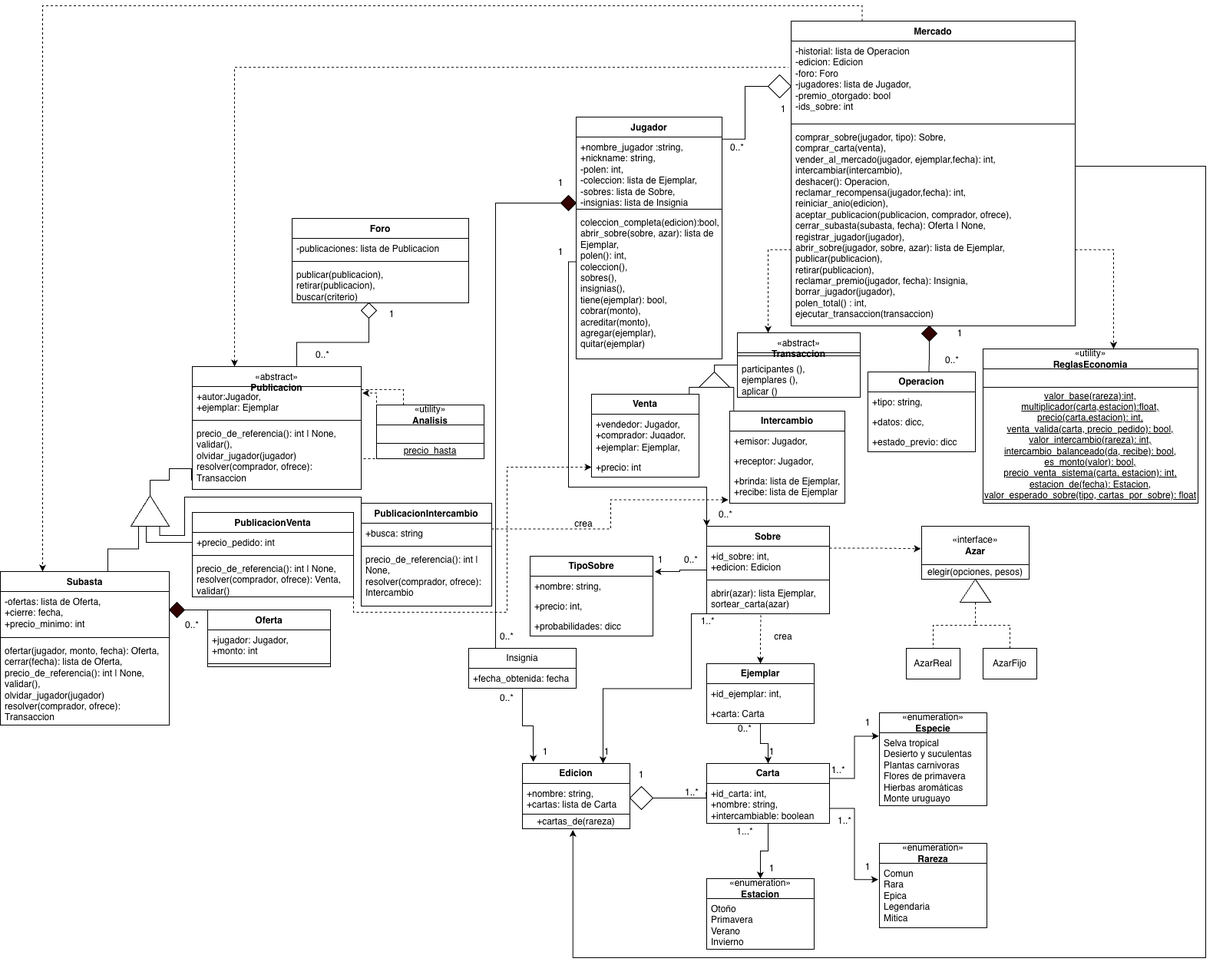
Earlier version of the draw.io export UML.png (CherrySym/pct-proyecto-final). Source tidied: cells renumbered, new cells last; positions are measured from the earlier drawing's top-left corner, leaving out a move shared by most shapes.
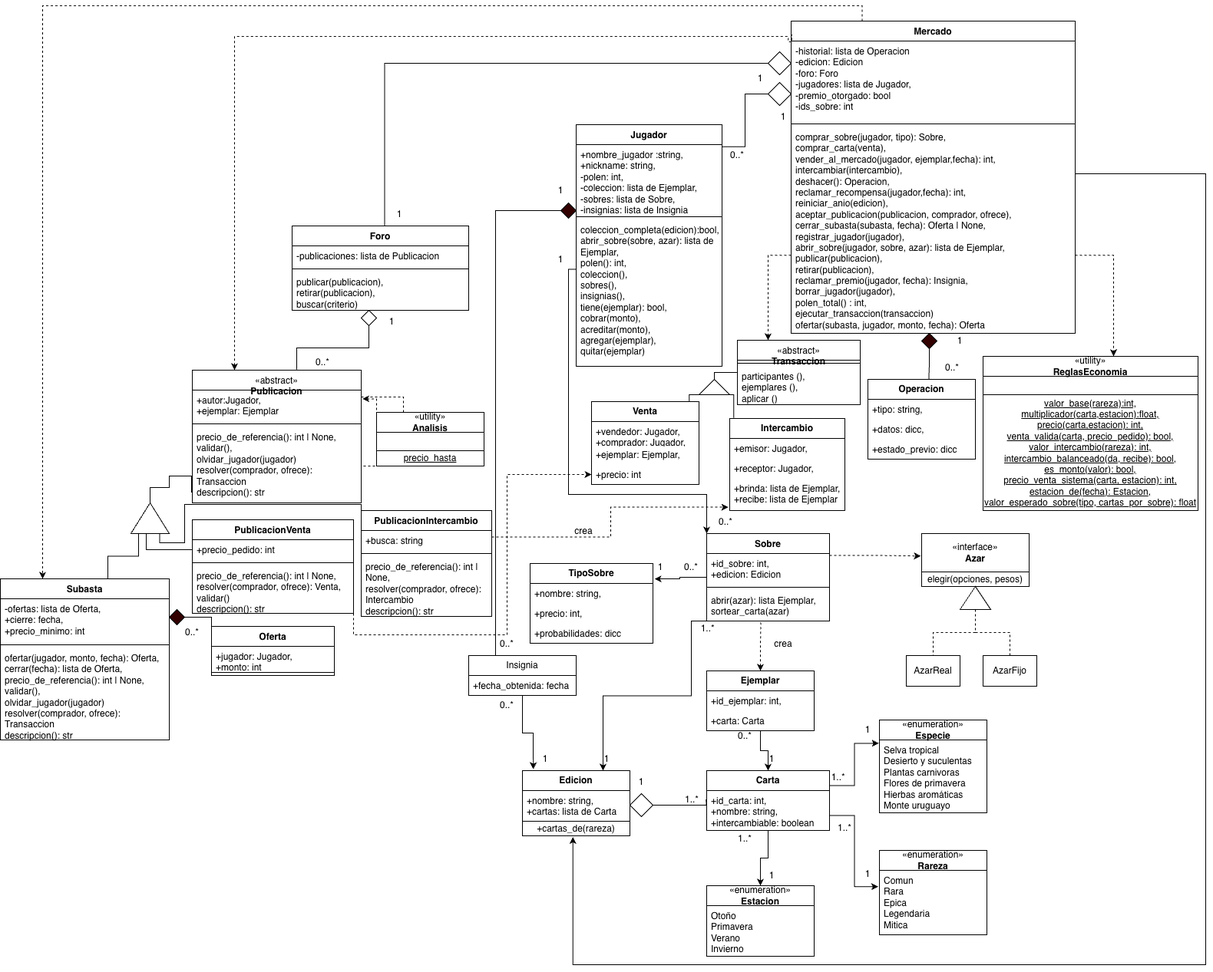
The same diagram one commit later.

What changed in the source:
```diff
@@ -32,3 +32,3 @@
     <mxCell id="9" value="Mercado" style="swimlane;fontStyle=1;align=center;verticalAlign=top;horizontal=1;startSize=26;whiteSpace=wrap;html=1;" parent="1" vertex="1">
-      <mxGeometry x="1030" width="370" height="397" as="geometry" />
+      <mxGeometry x="1030" y="-10" width="370" height="407" as="geometry" />
     </mxCell>
@@ -40,4 +40,4 @@
     </mxCell>
-    <mxCell id="12" value="comprar_sobre(jugador, tipo): Sobre,&lt;div&gt;comprar_carta(venta),&lt;/div&gt;&lt;div&gt;vender_al_mercado(jugador, ejemplar,fecha): int,&lt;/div&gt;&lt;div&gt;intercambiar(intercambio),&lt;/div&gt;&lt;div&gt;deshacer(): Operacion,&lt;/div&gt;&lt;div&gt;reclamar_recompensa(jugador,fecha): int,&lt;/div&gt;&lt;div&gt;reiniciar_anio(edicion),&lt;/div&gt;&lt;div&gt;aceptar_publicacion(publicacion, comprador, ofrece),&lt;/div&gt;&lt;div&gt;cerrar_subasta(subasta, fecha): Oferta | None,&lt;/div&gt;&lt;div&gt;&lt;span style=&quot;background-color: transparent; color: light-dark(#000000, var(--ge-light-color, #ffffff));&quot;&gt;registrar_jugador(jugador),&lt;/span&gt;&lt;/div&gt;&lt;div&gt;abrir_sobre(jugador, sobre, azar): lista de Ejemplar,&lt;/div&gt;&lt;div&gt;publicar(publicacion),&lt;/div&gt;&lt;div&gt;retirar(publicacion),&lt;/div&gt;&lt;div&gt;reclamar_premio(jugador, fecha): Insignia,&lt;/div&gt;&lt;div&gt;borrar_jugador(jugador),&lt;/div&gt;&lt;div&gt;polen_total() : int,&lt;/div&gt;&lt;div&gt;ejecutar_transaccion(transaccion)&lt;/div&gt;" style="text;strokeColor=none;fillColor=none;align=left;verticalAlign=top;spacingLeft=4;spacingRight=4;overflow=hidden;whiteSpace=wrap;html=1;" parent="9" vertex="1">
-      <mxGeometry y="138" width="370" height="259" as="geometry" />
+    <mxCell id="12" value="comprar_sobre(jugador, tipo): Sobre,&lt;div&gt;comprar_carta(venta),&lt;/div&gt;&lt;div&gt;vender_al_mercado(jugador, ejemplar,fecha): int,&lt;/div&gt;&lt;div&gt;intercambiar(intercambio),&lt;/div&gt;&lt;div&gt;deshacer(): Operacion,&lt;/div&gt;&lt;div&gt;reclamar_recompensa(jugador,fecha): int,&lt;/div&gt;&lt;div&gt;reiniciar_anio(edicion),&lt;/div&gt;&lt;div&gt;aceptar_publicacion(publicacion, comprador, ofrece),&lt;/div&gt;&lt;div&gt;cerrar_subasta(subasta, fecha): Oferta | None,&lt;/div&gt;&lt;div&gt;&lt;span style=&quot;background-color: transparent; color: light-dark(#000000, var(--ge-light-color, #ffffff));&quot;&gt;registrar_jugador(jugador),&lt;/span&gt;&lt;/div&gt;&lt;div&gt;abrir_sobre(jugador, sobre, azar): lista de Ejemplar,&lt;/div&gt;&lt;div&gt;publicar(publicacion),&lt;/div&gt;&lt;div&gt;retirar(publicacion),&lt;/div&gt;&lt;div&gt;reclamar_premio(jugador, fecha): Insignia,&lt;/div&gt;&lt;div&gt;borrar_jugador(jugador),&lt;/div&gt;&lt;div&gt;polen_total() : int,&lt;/div&gt;&lt;div&gt;ejecutar_transaccion(transaccion)&lt;/div&gt;&lt;div&gt;ofertar(subasta, jugador, monto, fecha): Oferta&lt;/div&gt;" style="text;strokeColor=none;fillColor=none;align=left;verticalAlign=top;spacingLeft=4;spacingRight=4;overflow=hidden;whiteSpace=wrap;html=1;" parent="9" vertex="1">
+      <mxGeometry y="138" width="370" height="269" as="geometry" />
     </mxCell>
@@ -249,3 +249,3 @@
     </mxCell>
-    <mxCell id="75" value="1...*" style="text;html=1;whiteSpace=wrap;strokeColor=none;fillColor=none;align=center;verticalAlign=middle;rounded=0;" parent="1" vertex="1">
+    <mxCell id="75" value="1..*" style="text;html=1;whiteSpace=wrap;strokeColor=none;fillColor=none;align=center;verticalAlign=middle;rounded=0;" parent="1" vertex="1">
       <mxGeometry x="940" y="1041" width="60" height="30" as="geometry" />
@@ -347,3 +347,3 @@
     <mxCell id="99" value="Subasta" style="swimlane;fontStyle=1;align=center;verticalAlign=top;horizontal=1;startSize=26;whiteSpace=wrap;html=1;" parent="1" vertex="1">
-      <mxGeometry y="717" width="220" height="200" as="geometry" />
+      <mxGeometry y="717" width="220" height="210" as="geometry" />
     </mxCell>
@@ -355,16 +355,9 @@
     </mxCell>
-    <mxCell id="102" value="ofertar(jugador, monto, fecha): Oferta,&lt;br&gt;&lt;div&gt;cerrar(fecha): lista de Oferta,&lt;/div&gt;&lt;div&gt;precio_de_referencia(): int | Non&lt;span style=&quot;background-color: transparent; color: light-dark(#000000, var(--ge-light-color, #ffffff));&quot;&gt;e,&lt;/span&gt;&lt;/div&gt;&lt;div&gt;&lt;span style=&quot;background-color: transparent; color: light-dark(#000000, var(--ge-light-color, #ffffff));&quot;&gt;validar(),&lt;/span&gt;&lt;/div&gt;&lt;div&gt;olvidar_jugador(jugador)&lt;span style=&quot;background-color: transparent; color: light-dark(#000000, var(--ge-light-color, #ffffff));&quot;&gt;&lt;/span&gt;&lt;/div&gt;&lt;div&gt;resolver(comprador, ofrece): Transaccion&lt;/div&gt;" style="text;strokeColor=none;fillColor=none;align=left;verticalAlign=top;spacingLeft=4;spacingRight=4;overflow=hidden;whiteSpace=wrap;html=1;" parent="99" vertex="1">
-      <mxGeometry y="90" width="220" height="110" as="geometry" />
+    <mxCell id="102" value="ofertar(jugador, monto, fecha): Oferta,&lt;br&gt;&lt;div&gt;cerrar(fecha): lista de Oferta,&lt;/div&gt;&lt;div&gt;precio_de_referencia(): int | Non&lt;span style=&quot;background-color: transparent; color: light-dark(#000000, var(--ge-light-color, #ffffff));&quot;&gt;e,&lt;/span&gt;&lt;/div&gt;&lt;div&gt;&lt;span style=&quot;background-color: transparent; color: light-dark(#000000, var(--ge-light-color, #ffffff));&quot;&gt;validar(),&lt;/span&gt;&lt;/div&gt;&lt;div&gt;olvidar_jugador(jugador)&lt;span style=&quot;background-color: transparent; color: light-dark(#000000, var(--ge-light-color, #ffffff));&quot;&gt;&lt;/span&gt;&lt;/div&gt;&lt;div&gt;resolver(comprador, ofrece): Transaccion&lt;/div&gt;&lt;div&gt;descripcion(): str&lt;/div&gt;" style="text;strokeColor=none;fillColor=none;align=left;verticalAlign=top;spacingLeft=4;spacingRight=4;overflow=hidden;whiteSpace=wrap;html=1;" parent="99" vertex="1">
+      <mxGeometry y="90" width="220" height="120" as="geometry" />
     </mxCell>
-    <mxCell id="103" value="Oferta" style="swimlane;fontStyle=1;align=center;verticalAlign=top;horizontal=1;startSize=26;whiteSpace=wrap;html=1;" parent="1" vertex="1">
-      <mxGeometry x="270" y="767" width="160" height="74" as="geometry" />
-    </mxCell>
-    <mxCell id="104" value="+jugador: Jugador,&lt;div&gt;+monto: int&lt;/div&gt;" style="text;strokeColor=none;fillColor=none;align=left;verticalAlign=top;spacingLeft=4;spacingRight=4;overflow=hidden;whiteSpace=wrap;html=1;" parent="103" vertex="1">
-      <mxGeometry y="26" width="160" height="40" as="geometry" />
-    </mxCell>
-    <mxCell id="105" style="line;strokeWidth=1;fillColor=none;align=left;verticalAlign=middle;spacingTop=-1;spacingLeft=3;spacingRight=3;labelPosition=right;strokeColor=inherit;labelPerimeter=1;" parent="103" vertex="1">
-      <mxGeometry y="66" width="160" height="8" as="geometry" />
-    </mxCell>
-    <mxCell id="106" style="edgeStyle=orthogonalEdgeStyle;rounded=0;jettySize=auto;html=1;exitX=1;exitY=0.5;exitDx=0;exitDy=0;entryX=0;entryY=0;entryDx=0;entryDy=0;defaultLabelBackgroundColor=page;endArrow=none;endFill=0;" parent="1" edge="1" source="107" target="103">
-      <mxGeometry relative="1" as="geometry" />
+    <mxCell id="106" style="edgeStyle=orthogonalEdgeStyle;rounded=0;jettySize=auto;html=1;exitX=1;exitY=0.5;exitDx=0;exitDy=0;entryX=0;entryY=0;entryDx=0;entryDy=0;defaultLabelBackgroundColor=page;endArrow=none;endFill=0;" parent="1" edge="1" source="107">
+      <mxGeometry relative="1" as="geometry">
+        <mxPoint x="275" y="780" as="targetPoint" />
+      </mxGeometry>
     </mxCell>
@@ -398,3 +391,3 @@
     <mxCell id="116" value="&lt;div&gt;&lt;font&gt;&lt;span style=&quot;font-weight: 400;&quot;&gt;«abstract»&lt;/span&gt;&lt;br style=&quot;font-weight: 400;&quot;&gt;&lt;/font&gt;&lt;/div&gt;Publicacion" style="swimlane;fontStyle=1;align=center;verticalAlign=top;horizontal=1;startSize=26;whiteSpace=wrap;html=1;" parent="1" vertex="1">
-      <mxGeometry x="250" y="450" width="220" height="160" as="geometry" />
+      <mxGeometry x="250" y="445" width="220" height="173" as="geometry" />
     </mxCell>
@@ -406,10 +399,10 @@
     </mxCell>
-    <mxCell id="119" value="precio_de_referencia(): int | None,&lt;div&gt;validar(),&lt;/div&gt;&lt;div&gt;olvidar_jugador(jugador)&lt;/div&gt;&lt;div&gt;resolver(comprador, ofrece): Transaccion&lt;/div&gt;" style="text;strokeColor=none;fillColor=none;align=left;verticalAlign=top;spacingLeft=4;spacingRight=4;overflow=hidden;points=[[0,0.5],[1,0.5]];portConstraint=eastwest;whiteSpace=wrap;html=1;" parent="116" vertex="1">
-      <mxGeometry y="74" width="220" height="86" as="geometry" />
+    <mxCell id="119" value="precio_de_referencia(): int | None,&lt;div&gt;validar(),&lt;/div&gt;&lt;div&gt;olvidar_jugador(jugador)&lt;/div&gt;&lt;div&gt;resolver(comprador, ofrece): Transaccion&lt;/div&gt;&lt;div&gt;descripcion(): str&lt;/div&gt;" style="text;strokeColor=none;fillColor=none;align=left;verticalAlign=top;spacingLeft=4;spacingRight=4;overflow=hidden;points=[[0,0.5],[1,0.5]];portConstraint=eastwest;whiteSpace=wrap;html=1;" parent="116" vertex="1">
+      <mxGeometry y="74" width="220" height="99" as="geometry" />
     </mxCell>
     <mxCell id="120" style="edgeStyle=orthogonalEdgeStyle;rounded=0;jettySize=auto;html=1;exitX=1;exitY=1;exitDx=0;exitDy=0;entryX=0;entryY=0.5;entryDx=0;entryDy=0;defaultLabelBackgroundColor=page;labelPadding=0 4;dashed=1;" parent="1" edge="1" source="121" target="16">
-      <mxGeometry relative="1" as="geometry">
+      <mxGeometry x="0.07" relative="1" as="geometry">
         <Array as="points">
-          <mxPoint x="460" y="770" />
-          <mxPoint x="660" y="770" />
+          <mxPoint x="460" y="790" />
+          <mxPoint x="660" y="790" />
           <mxPoint x="660" y="581" />
@@ -419,3 +412,3 @@
     <mxCell id="121" value="PublicacionVenta" style="swimlane;fontStyle=1;align=center;verticalAlign=top;horizontal=1;startSize=26;whiteSpace=wrap;html=1;" parent="1" vertex="1">
-      <mxGeometry x="250" y="640" width="210" height="110" as="geometry" />
+      <mxGeometry x="250" y="640" width="210" height="122" as="geometry" />
     </mxCell>
@@ -427,7 +420,7 @@
     </mxCell>
-    <mxCell id="124" value="precio_de_referencia(): int | None,&lt;div&gt;resolver(comprador, ofrece): Venta,&lt;/div&gt;&lt;div&gt;validar()&lt;/div&gt;" style="text;strokeColor=none;fillColor=none;align=left;verticalAlign=top;spacingLeft=4;spacingRight=4;overflow=hidden;whiteSpace=wrap;html=1;" parent="121" vertex="1">
-      <mxGeometry y="60" width="210" height="50" as="geometry" />
+    <mxCell id="124" value="precio_de_referencia(): int | None,&lt;div&gt;resolver(comprador, ofrece): Venta,&lt;/div&gt;&lt;div&gt;validar()&lt;/div&gt;&lt;div&gt;descripcion(): str&lt;/div&gt;" style="text;strokeColor=none;fillColor=none;align=left;verticalAlign=top;spacingLeft=4;spacingRight=4;overflow=hidden;whiteSpace=wrap;html=1;" parent="121" vertex="1">
+      <mxGeometry y="60" width="210" height="62" as="geometry" />
     </mxCell>
     <mxCell id="125" value="PublicacionIntercambio" style="swimlane;fontStyle=1;align=center;verticalAlign=top;horizontal=1;startSize=26;whiteSpace=wrap;html=1;" parent="1" vertex="1">
-      <mxGeometry x="470" y="628" width="170" height="134" as="geometry" />
+      <mxGeometry x="470" y="628" width="170" height="138" as="geometry" />
     </mxCell>
@@ -439,4 +432,4 @@
     </mxCell>
-    <mxCell id="128" value="precio_de_referencia(): int | None,&lt;div&gt;resolver(comprador, ofrece): Intercambio&lt;/div&gt;" style="text;strokeColor=none;fillColor=none;align=left;verticalAlign=top;spacingLeft=4;spacingRight=4;overflow=hidden;whiteSpace=wrap;html=1;" parent="125" vertex="1">
-      <mxGeometry y="60" width="170" height="74" as="geometry" />
+    <mxCell id="128" value="precio_de_referencia(): int | None,&lt;div&gt;resolver(comprador, ofrece): Intercambio&lt;/div&gt;&lt;div&gt;descripcion(): str&lt;/div&gt;" style="text;strokeColor=none;fillColor=none;align=left;verticalAlign=top;spacingLeft=4;spacingRight=4;overflow=hidden;whiteSpace=wrap;html=1;" parent="125" vertex="1">
+      <mxGeometry y="60" width="170" height="78" as="geometry" />
     </mxCell>
@@ -481,4 +474,10 @@
     </mxCell>
-    <mxCell id="140" style="edgeStyle=orthogonalEdgeStyle;rounded=0;jettySize=auto;html=1;exitX=0.25;exitY=0;exitDx=0;exitDy=0;entryX=-0.01;entryY=0.329;entryDx=0;entryDy=0;entryPerimeter=0;defaultLabelBackgroundColor=page;startArrow=classic;startFill=1;endArrow=none;endFill=0;dashed=1;" parent="1" edge="1" source="116" target="10">
-      <mxGeometry relative="1" as="geometry" />
+    <mxCell id="140" style="edgeStyle=orthogonalEdgeStyle;rounded=0;jettySize=auto;html=1;exitX=0.25;exitY=0;exitDx=0;exitDy=0;entryX=0.003;entryY=0.043;entryDx=0;entryDy=0;entryPerimeter=0;defaultLabelBackgroundColor=page;startArrow=classic;startFill=1;endArrow=none;endFill=0;dashed=1;" parent="1" edge="1" source="116" target="9">
+      <mxGeometry x="0.03" relative="1" as="geometry">
+        <Array as="points">
+          <mxPoint x="305" y="10" />
+          <mxPoint x="1026.3" y="10" />
+          <mxPoint x="1026.3" y="17.1" />
+        </Array>
+      </mxGeometry>
     </mxCell>
@@ -514,2 +513,23 @@
     </mxCell>
+    <mxCell id="151" value="1" style="text;html=1;whiteSpace=wrap;strokeColor=none;fillColor=none;align=center;verticalAlign=middle;rounded=0;" parent="1" vertex="1">
+      <mxGeometry x="960" y="50" width="60" height="30" as="geometry" />
+    </mxCell>
+    <mxCell id="152" value="1" style="text;html=1;whiteSpace=wrap;strokeColor=none;fillColor=none;align=center;verticalAlign=middle;rounded=0;" parent="1" vertex="1">
+      <mxGeometry x="490" y="227" width="60" height="30" as="geometry" />
+    </mxCell>
+    <mxCell id="103" value="Oferta" style="swimlane;fontStyle=1;align=center;verticalAlign=top;horizontal=1;startSize=26;whiteSpace=wrap;html=1;" parent="1" vertex="1">
+      <mxGeometry x="275" y="779" width="160" height="64" as="geometry" />
+    </mxCell>
+    <mxCell id="104" value="+jugador: Jugador,&lt;div&gt;+monto: int&lt;/div&gt;" style="text;strokeColor=none;fillColor=none;align=left;verticalAlign=top;spacingLeft=4;spacingRight=4;overflow=hidden;whiteSpace=wrap;html=1;" parent="103" vertex="1">
+      <mxGeometry y="26" width="160" height="30" as="geometry" />
+    </mxCell>
+    <mxCell id="153" style="line;strokeWidth=1;fillColor=none;align=left;verticalAlign=middle;spacingTop=-1;spacingLeft=3;spacingRight=3;labelPosition=right;strokeColor=inherit;labelPerimeter=1;" parent="103" vertex="1">
+      <mxGeometry y="56" width="160" height="8" as="geometry" />
+    </mxCell>
+    <mxCell id="154" style="rhombus;whiteSpace=wrap;html=1;shapeInside=1;" parent="1" vertex="1">
+      <mxGeometry x="1000" y="30" width="30" height="30" as="geometry" />
+    </mxCell>
+    <mxCell id="155" style="edgeStyle=orthogonalEdgeStyle;rounded=0;jettySize=auto;html=1;exitX=0;exitY=0.5;exitDx=0;exitDy=0;entryX=0.524;entryY=0.003;entryDx=0;entryDy=0;entryPerimeter=0;defaultLabelBackgroundColor=page;labelPadding=0 4;endArrow=none;endFill=0;" parent="1" edge="1" source="154" target="87">
+      <mxGeometry relative="1" as="geometry" />
+    </mxCell>
   </root>
```
